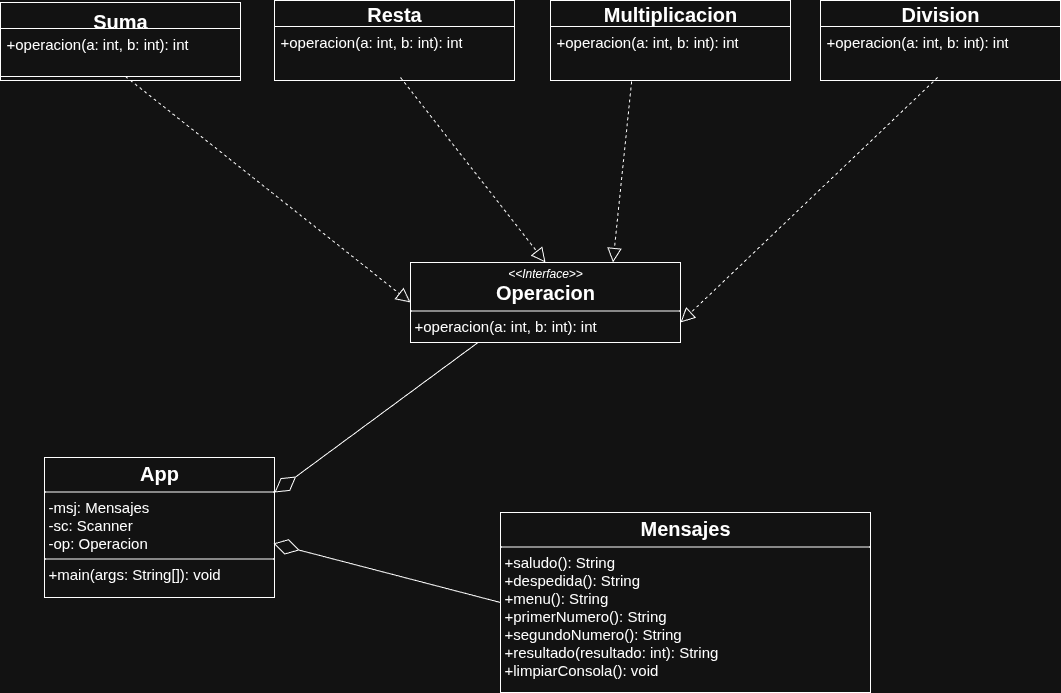
Above: Equipo-Polimorfo_AE1/DiagramaClase.drawio.png in OmarLarrondo/Equipo-Polimorfo (draw.io), before the change. Source tidied: cells renumbered, new cells last; positions are measured from the earlier drawing's top-left corner, leaving out a move shared by most shapes. Its diagram source:
```xml
<mxGraphModel>
  <root>
    <mxCell id="0" />
    <mxCell id="1" parent="0" />
    <mxCell id="2" value="&lt;font style=&quot;font-size: 20px;&quot;&gt;Suma&lt;/font&gt;" style="swimlane;fontStyle=1;align=center;verticalAlign=top;horizontal=1;startSize=26;whiteSpace=wrap;html=1;" parent="1" vertex="1">
      <mxGeometry y="2" width="240" height="78" as="geometry" />
    </mxCell>
    <mxCell id="3" value="&lt;font style=&quot;font-size: 15px;&quot;&gt;+operacion(a: int, b: int): int&lt;/font&gt;" style="text;strokeColor=none;fillColor=none;align=left;verticalAlign=top;spacingLeft=4;spacingRight=4;overflow=hidden;whiteSpace=wrap;html=1;" parent="2" vertex="1">
      <mxGeometry y="26" width="240" height="44" as="geometry" />
    </mxCell>
    <mxCell id="4" style="line;strokeWidth=1;fillColor=none;align=left;verticalAlign=middle;spacingTop=-1;spacingLeft=3;spacingRight=3;labelPosition=right;points=[];portConstraint=eastwest;strokeColor=inherit;" parent="2" vertex="1">
      <mxGeometry y="70" width="240" height="8" as="geometry" />
    </mxCell>
    <mxCell id="5" value="&lt;font style=&quot;font-size: 20px;&quot;&gt;&lt;b&gt;Resta&lt;/b&gt;&lt;/font&gt;" style="swimlane;fontStyle=0;horizontal=1;startSize=26;fillColor=none;whiteSpace=wrap;html=1;" parent="1" vertex="1">
      <mxGeometry x="274" width="240" height="80" as="geometry" />
    </mxCell>
    <mxCell id="6" value="&lt;span style=&quot;font-size: 15px;&quot;&gt;+operacion(a: int, b: int): int&lt;/span&gt;" style="text;strokeColor=none;fillColor=none;align=left;verticalAlign=top;spacingLeft=4;spacingRight=4;overflow=hidden;points=[[0,0.5],[1,0.5]];portConstraint=eastwest;whiteSpace=wrap;html=1;" parent="5" vertex="1">
      <mxGeometry y="26" width="240" height="54" as="geometry" />
    </mxCell>
    <mxCell id="7" value="&lt;span style=&quot;font-size: 20px;&quot;&gt;&lt;b&gt;Multiplicacion&lt;/b&gt;&lt;/span&gt;" style="swimlane;fontStyle=0;horizontal=1;startSize=26;fillColor=none;whiteSpace=wrap;html=1;" parent="1" vertex="1">
      <mxGeometry x="550" width="240" height="80" as="geometry" />
    </mxCell>
    <mxCell id="8" value="&lt;span style=&quot;font-size: 15px;&quot;&gt;+operacion(a: int, b: int): int&lt;/span&gt;" style="text;strokeColor=none;fillColor=none;align=left;verticalAlign=top;spacingLeft=4;spacingRight=4;overflow=hidden;points=[[0,0.5],[1,0.5]];portConstraint=eastwest;whiteSpace=wrap;html=1;" parent="7" vertex="1">
      <mxGeometry y="26" width="240" height="54" as="geometry" />
    </mxCell>
    <mxCell id="9" value="&lt;span style=&quot;font-size: 20px;&quot;&gt;&lt;b&gt;Division&lt;/b&gt;&lt;/span&gt;" style="swimlane;fontStyle=0;horizontal=1;startSize=26;fillColor=none;whiteSpace=wrap;html=1;" parent="1" vertex="1">
      <mxGeometry x="820" width="240" height="80" as="geometry" />
    </mxCell>
    <mxCell id="10" value="&lt;span style=&quot;font-size: 15px;&quot;&gt;+operacion(a: int, b: int): int&lt;/span&gt;" style="text;strokeColor=none;fillColor=none;align=left;verticalAlign=top;spacingLeft=4;spacingRight=4;overflow=hidden;points=[[0,0.5],[1,0.5]];portConstraint=eastwest;whiteSpace=wrap;html=1;" parent="9" vertex="1">
      <mxGeometry y="26" width="240" height="54" as="geometry" />
    </mxCell>
    <mxCell id="11" value="&lt;p style=&quot;margin:0px;margin-top:4px;text-align:center;&quot;&gt;&lt;i&gt;&amp;lt;&amp;lt;Interface&amp;gt;&amp;gt;&lt;/i&gt;&lt;br&gt;&lt;b&gt;&lt;font style=&quot;font-size: 20px;&quot;&gt;Operacion&lt;/font&gt;&lt;/b&gt;&lt;/p&gt;&lt;hr size=&quot;1&quot; style=&quot;border-style:solid;&quot;&gt;&lt;p style=&quot;margin:0px;margin-left:4px;&quot;&gt;&lt;span style=&quot;font-size: 15px;&quot;&gt;+operacion(a: int, b: int): int&lt;/span&gt;&lt;/p&gt;" style="verticalAlign=top;align=left;overflow=fill;html=1;whiteSpace=wrap;" parent="1" vertex="1">
      <mxGeometry x="410" y="262" width="270" height="80" as="geometry" />
    </mxCell>
    <mxCell id="12" style="endArrow=block;dashed=1;endFill=0;endSize=12;html=1;rounded=0;entryX=0.5;entryY=0;entryDx=0;entryDy=0;exitX=0.525;exitY=0.944;exitDx=0;exitDy=0;exitPerimeter=0;" parent="1" edge="1" source="6" target="11">
      <mxGeometry relative="1" as="geometry" />
    </mxCell>
    <mxCell id="13" style="endArrow=block;dashed=1;endFill=0;endSize=12;html=1;rounded=0;exitX=0.521;exitY=0.5;exitDx=0;exitDy=0;exitPerimeter=0;entryX=0;entryY=0.5;entryDx=0;entryDy=0;" parent="1" edge="1" source="4" target="11">
      <mxGeometry relative="1" as="geometry" />
    </mxCell>
    <mxCell id="14" style="endArrow=block;dashed=1;endFill=0;endSize=12;html=1;rounded=0;exitX=0.338;exitY=1.019;exitDx=0;exitDy=0;exitPerimeter=0;entryX=0.75;entryY=0;entryDx=0;entryDy=0;" parent="1" edge="1" source="8" target="11">
      <mxGeometry relative="1" as="geometry" />
    </mxCell>
    <mxCell id="15" style="endArrow=block;dashed=1;endFill=0;endSize=12;html=1;rounded=0;exitX=0.488;exitY=0.944;exitDx=0;exitDy=0;exitPerimeter=0;entryX=1;entryY=0.75;entryDx=0;entryDy=0;" parent="1" edge="1" source="10" target="11">
      <mxGeometry relative="1" as="geometry" />
    </mxCell>
    <mxCell id="16" value="&lt;p style=&quot;margin:0px;margin-top:4px;text-align:center;&quot;&gt;&lt;span style=&quot;font-size: 20px;&quot;&gt;&lt;b&gt;App&lt;/b&gt;&lt;/span&gt;&lt;/p&gt;&lt;hr size=&quot;1&quot; style=&quot;border-style:solid;&quot;&gt;&lt;p style=&quot;margin:0px;margin-left:4px;&quot;&gt;&lt;font style=&quot;font-size: 15px;&quot;&gt;-msj: Mensajes&lt;/font&gt;&lt;/p&gt;&lt;p style=&quot;margin:0px;margin-left:4px;&quot;&gt;&lt;font style=&quot;font-size: 15px;&quot;&gt;-sc: Scanner&lt;/font&gt;&lt;/p&gt;&lt;p style=&quot;margin:0px;margin-left:4px;&quot;&gt;&lt;font style=&quot;font-size: 15px;&quot;&gt;-op: Operacion&lt;/font&gt;&lt;/p&gt;&lt;hr size=&quot;1&quot; style=&quot;border-style:solid;&quot;&gt;&lt;p style=&quot;margin:0px;margin-left:4px;&quot;&gt;&lt;font style=&quot;font-size: 15px;&quot;&gt;+main(args: String[]): void&lt;/font&gt;&lt;/p&gt;" style="verticalAlign=top;align=left;overflow=fill;html=1;whiteSpace=wrap;" parent="1" vertex="1">
      <mxGeometry x="44" y="457" width="230" height="140" as="geometry" />
    </mxCell>
    <mxCell id="17" style="endArrow=diamondThin;endFill=0;endSize=24;html=1;rounded=0;exitX=0.25;exitY=1;exitDx=0;exitDy=0;entryX=1;entryY=0.25;entryDx=0;entryDy=0;" parent="1" edge="1" source="11" target="16">
      <mxGeometry relative="1" as="geometry" />
    </mxCell>
    <mxCell id="18" value="&lt;p style=&quot;margin:0px;margin-top:4px;text-align:center;&quot;&gt;&lt;b&gt;&lt;font style=&quot;font-size: 20px;&quot;&gt;Mensajes&lt;/font&gt;&lt;/b&gt;&lt;/p&gt;&lt;hr size=&quot;1&quot; style=&quot;border-style:solid;&quot;&gt;&lt;p style=&quot;margin:0px;margin-left:4px;&quot;&gt;&lt;font style=&quot;font-size: 15px;&quot;&gt;+saludo(): String&lt;/font&gt;&lt;/p&gt;&lt;p style=&quot;margin:0px;margin-left:4px;&quot;&gt;&lt;font style=&quot;font-size: 15px;&quot;&gt;+despedida(): String&lt;/font&gt;&lt;/p&gt;&lt;p style=&quot;margin:0px;margin-left:4px;&quot;&gt;&lt;font style=&quot;font-size: 15px;&quot;&gt;+menu(): String&lt;/font&gt;&lt;/p&gt;&lt;p style=&quot;margin:0px;margin-left:4px;&quot;&gt;&lt;font style=&quot;font-size: 15px;&quot;&gt;+primerNumero(): String&lt;/font&gt;&lt;/p&gt;&lt;p style=&quot;margin:0px;margin-left:4px;&quot;&gt;&lt;font style=&quot;font-size: 15px;&quot;&gt;+segundoNumero(): String&lt;/font&gt;&lt;/p&gt;&lt;p style=&quot;margin:0px;margin-left:4px;&quot;&gt;&lt;font style=&quot;font-size: 15px;&quot;&gt;+resultado(resultado: int): String&lt;/font&gt;&lt;/p&gt;&lt;p style=&quot;margin:0px;margin-left:4px;&quot;&gt;&lt;font style=&quot;font-size: 15px;&quot;&gt;+limpiarConsola(): void&lt;/font&gt;&lt;/p&gt;" style="verticalAlign=top;align=left;overflow=fill;html=1;whiteSpace=wrap;" parent="1" vertex="1">
      <mxGeometry x="500" y="512" width="370" height="180" as="geometry" />
    </mxCell>
    <mxCell id="19" style="endArrow=diamondThin;endFill=0;endSize=24;html=1;rounded=0;exitX=0;exitY=0.5;exitDx=0;exitDy=0;entryX=0.996;entryY=0.614;entryDx=0;entryDy=0;entryPerimeter=0;" parent="1" edge="1" source="18" target="16">
      <mxGeometry relative="1" as="geometry" />
    </mxCell>
  </root>
</mxGraphModel>
```
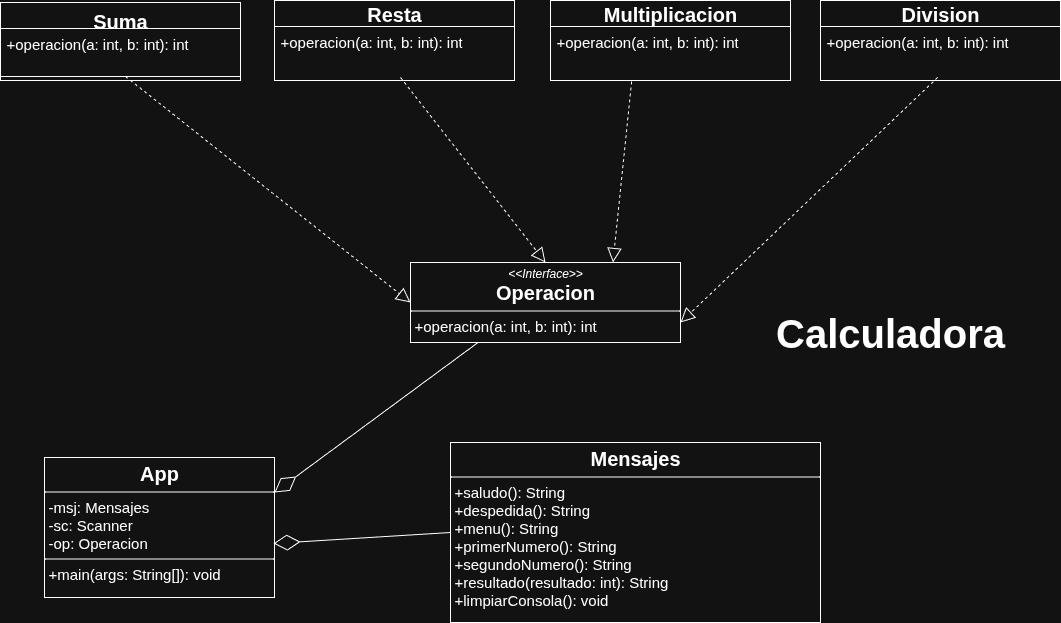
Above is the later version.

Commit message:
Agregué el título del proyecto <<Calculadora>>

Diff of the diagram source:
```diff
@@ -51,10 +51,13 @@
       <mxGeometry relative="1" as="geometry" />
     </mxCell>
     <mxCell id="18" value="&lt;p style=&quot;margin:0px;margin-top:4px;text-align:center;&quot;&gt;&lt;b&gt;&lt;font style=&quot;font-size: 20px;&quot;&gt;Mensajes&lt;/font&gt;&lt;/b&gt;&lt;/p&gt;&lt;hr size=&quot;1&quot; style=&quot;border-style:solid;&quot;&gt;&lt;p style=&quot;margin:0px;margin-left:4px;&quot;&gt;&lt;font style=&quot;font-size: 15px;&quot;&gt;+saludo(): String&lt;/font&gt;&lt;/p&gt;&lt;p style=&quot;margin:0px;margin-left:4px;&quot;&gt;&lt;font style=&quot;font-size: 15px;&quot;&gt;+despedida(): String&lt;/font&gt;&lt;/p&gt;&lt;p style=&quot;margin:0px;margin-left:4px;&quot;&gt;&lt;font style=&quot;font-size: 15px;&quot;&gt;+menu(): String&lt;/font&gt;&lt;/p&gt;&lt;p style=&quot;margin:0px;margin-left:4px;&quot;&gt;&lt;font style=&quot;font-size: 15px;&quot;&gt;+primerNumero(): String&lt;/font&gt;&lt;/p&gt;&lt;p style=&quot;margin:0px;margin-left:4px;&quot;&gt;&lt;font style=&quot;font-size: 15px;&quot;&gt;+segundoNumero(): String&lt;/font&gt;&lt;/p&gt;&lt;p style=&quot;margin:0px;margin-left:4px;&quot;&gt;&lt;font style=&quot;font-size: 15px;&quot;&gt;+resultado(resultado: int): String&lt;/font&gt;&lt;/p&gt;&lt;p style=&quot;margin:0px;margin-left:4px;&quot;&gt;&lt;font style=&quot;font-size: 15px;&quot;&gt;+limpiarConsola(): void&lt;/font&gt;&lt;/p&gt;" style="verticalAlign=top;align=left;overflow=fill;html=1;whiteSpace=wrap;" parent="1" vertex="1">
-      <mxGeometry x="500" y="512" width="370" height="180" as="geometry" />
+      <mxGeometry x="450" y="442" width="370" height="180" as="geometry" />
     </mxCell>
     <mxCell id="19" style="endArrow=diamondThin;endFill=0;endSize=24;html=1;rounded=0;exitX=0;exitY=0.5;exitDx=0;exitDy=0;entryX=0.996;entryY=0.614;entryDx=0;entryDy=0;entryPerimeter=0;" parent="1" edge="1" source="18" target="16">
       <mxGeometry relative="1" as="geometry" />
     </mxCell>
+    <mxCell id="20" value="&lt;font style=&quot;font-size: 40px;&quot;&gt;&lt;b&gt;Calculadora&lt;/b&gt;&lt;/font&gt;" style="text;html=1;align=center;verticalAlign=middle;whiteSpace=wrap;rounded=0;" parent="1" vertex="1">
+      <mxGeometry x="760" y="302" width="260" height="60" as="geometry" />
+    </mxCell>
   </root>
 </mxGraphModel>
```
